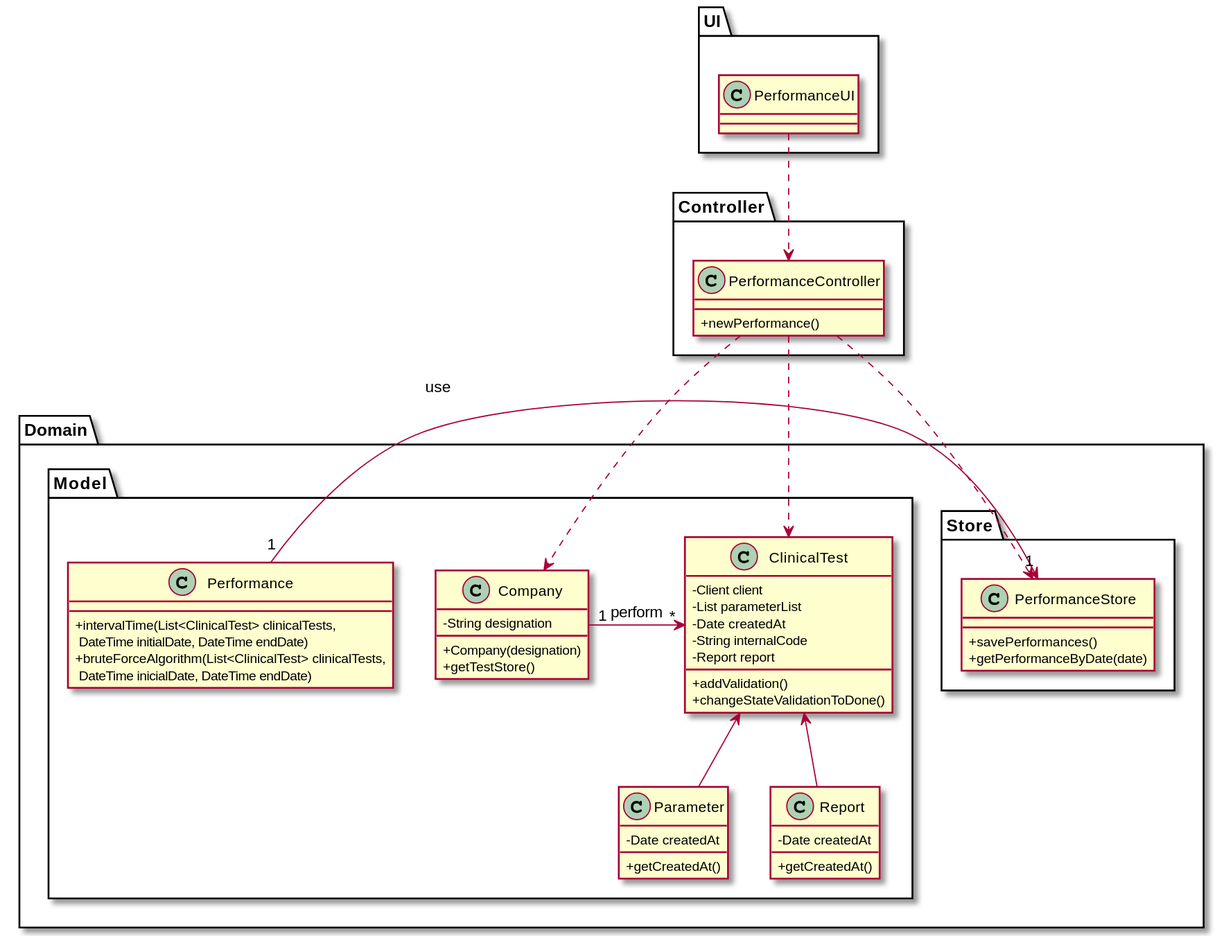
Before: docs/SprintD/US16/US16_CD.svg, a diagram exported from PlantUML (GuilhermeCunha79/lapr2). Its diagram source:
```plantuml
@startuml
skinparam classAttributeIconSize 0

package UI {
class PerformanceUI{
}
}
package Controller {
class PerformanceController {
  + newPerformance()
}
}

package Domain {
package Model {
class ClinicalTest {
  - Client client
  - List parameterList
  - Date createdAt
  - String internalCode
  - Report report
  + addValidation()
  +changeStateValidationToDone()
}

class Company {
  - String designation
  + Company(designation)
  + getTestStore()
}

class Performance {
  +intervalTime(List<ClinicalTest> clinicalTests,\n DateTime initialDate, DateTime endDate)
  +bruteForceAlgorithm(List<ClinicalTest> clinicalTests,\n DateTime inicialDate, DateTime endDate)
}

class Parameter{
- Date createdAt
  + getCreatedAt()
}
class Report {
  - Date createdAt
  + getCreatedAt()
}

}
package Store {
class PerformanceStore {
    + savePerformances()
    + getPerformanceByDate(date)
}
}

}

PerformanceUI ..> PerformanceController

PerformanceController ..> PerformanceStore
PerformanceController ..> Company
PerformanceController ..> ClinicalTest
Company "1" -> "*"ClinicalTest :perform
Performance "1" -> "1" PerformanceStore : use

ClinicalTest <-- Report
ClinicalTest <-- Parameter

@enduml
```
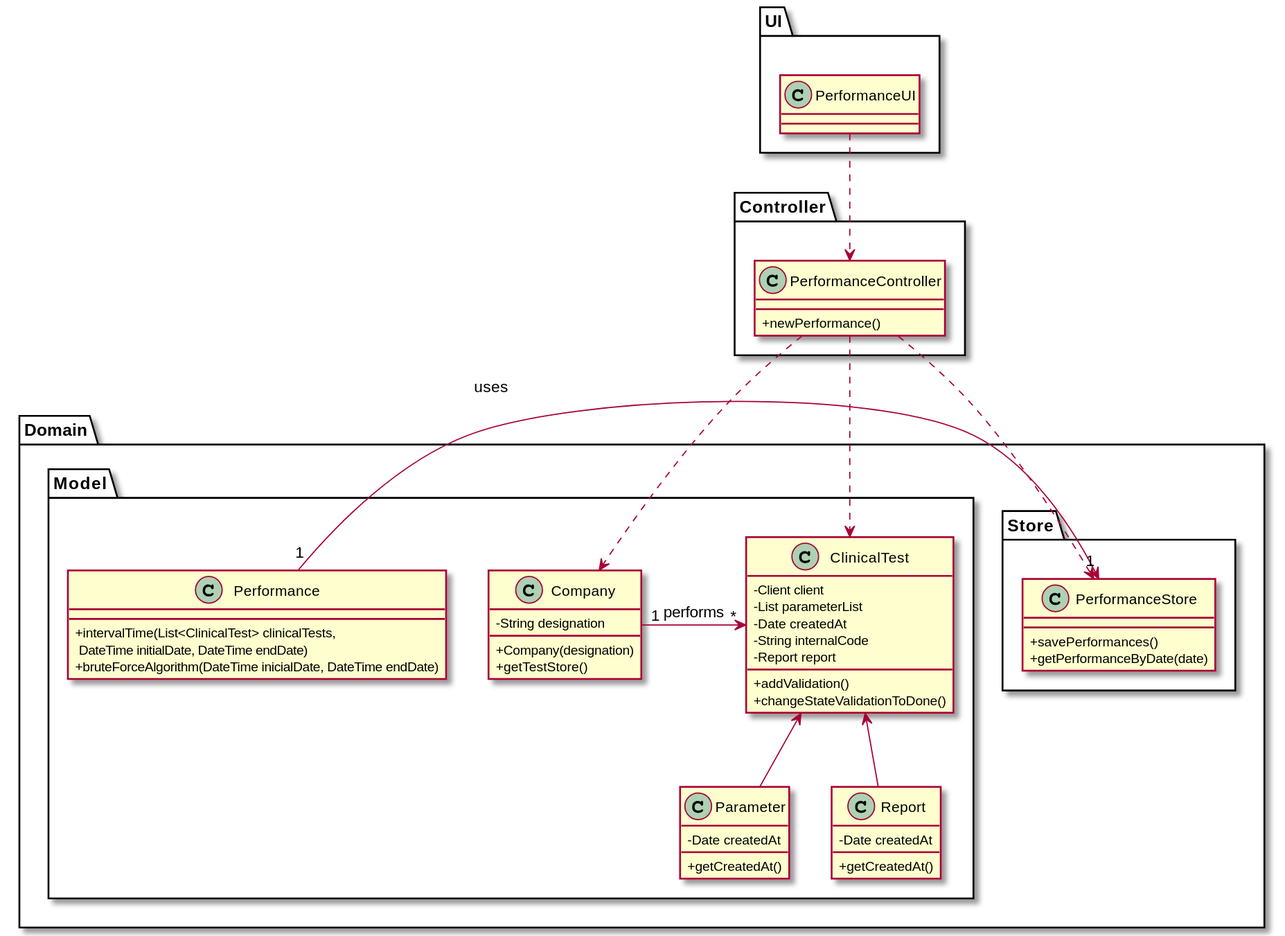
The same file after the commit.

The edit, as a diff of the source:
```diff
@@ -31,7 +31,7 @@
 
 class Performance {
   +intervalTime(List<ClinicalTest> clinicalTests,\n DateTime initialDate, DateTime endDate)
-  +bruteForceAlgorithm(List<ClinicalTest> clinicalTests,\n DateTime inicialDate, DateTime endDate)
+  +bruteForceAlgorithm(DateTime inicialDate, DateTime endDate)
 }
 
 class Parameter{
@@ -58,8 +58,8 @@
 PerformanceController ..> PerformanceStore
 PerformanceController ..> Company
 PerformanceController ..> ClinicalTest
-Company "1" -> "*"ClinicalTest :perform
-Performance "1" -> "1" PerformanceStore : use
+Company "1" -> "*"ClinicalTest : performs
+Performance "1" -> "1" PerformanceStore : uses
 
 ClinicalTest <-- Report
 ClinicalTest <-- Parameter
```
